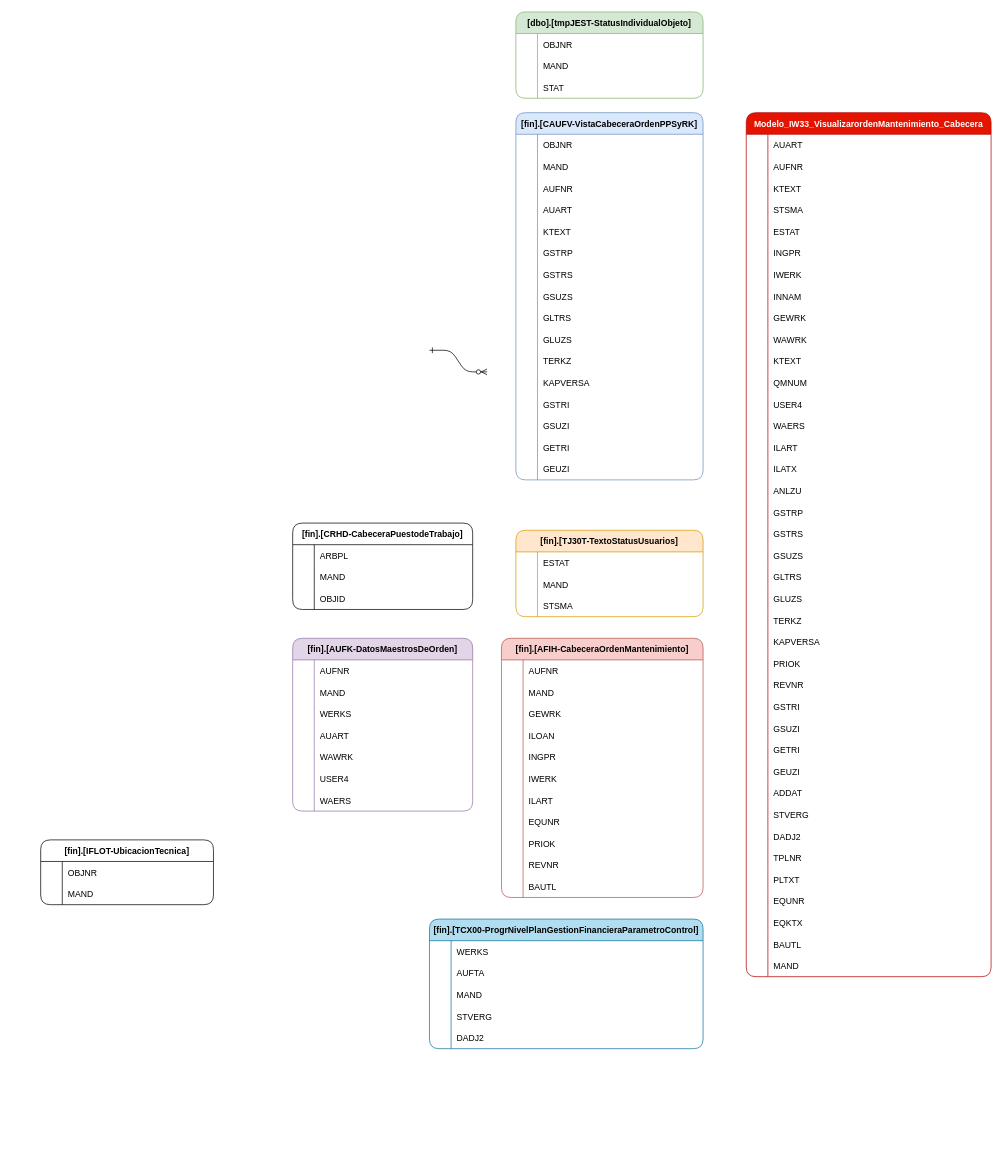
Before: IW33_Cabecera.drawio in ale230131/ale230131, a draw.io diagram. Source tidied: cells renumbered, new cells numbered last; positions are measured from the earlier drawing's top-left corner, leaving out a move shared by most shapes. Both pictures are drawn from the tidied source at 72%, with x=0, y=0 at pixel (40, 12).
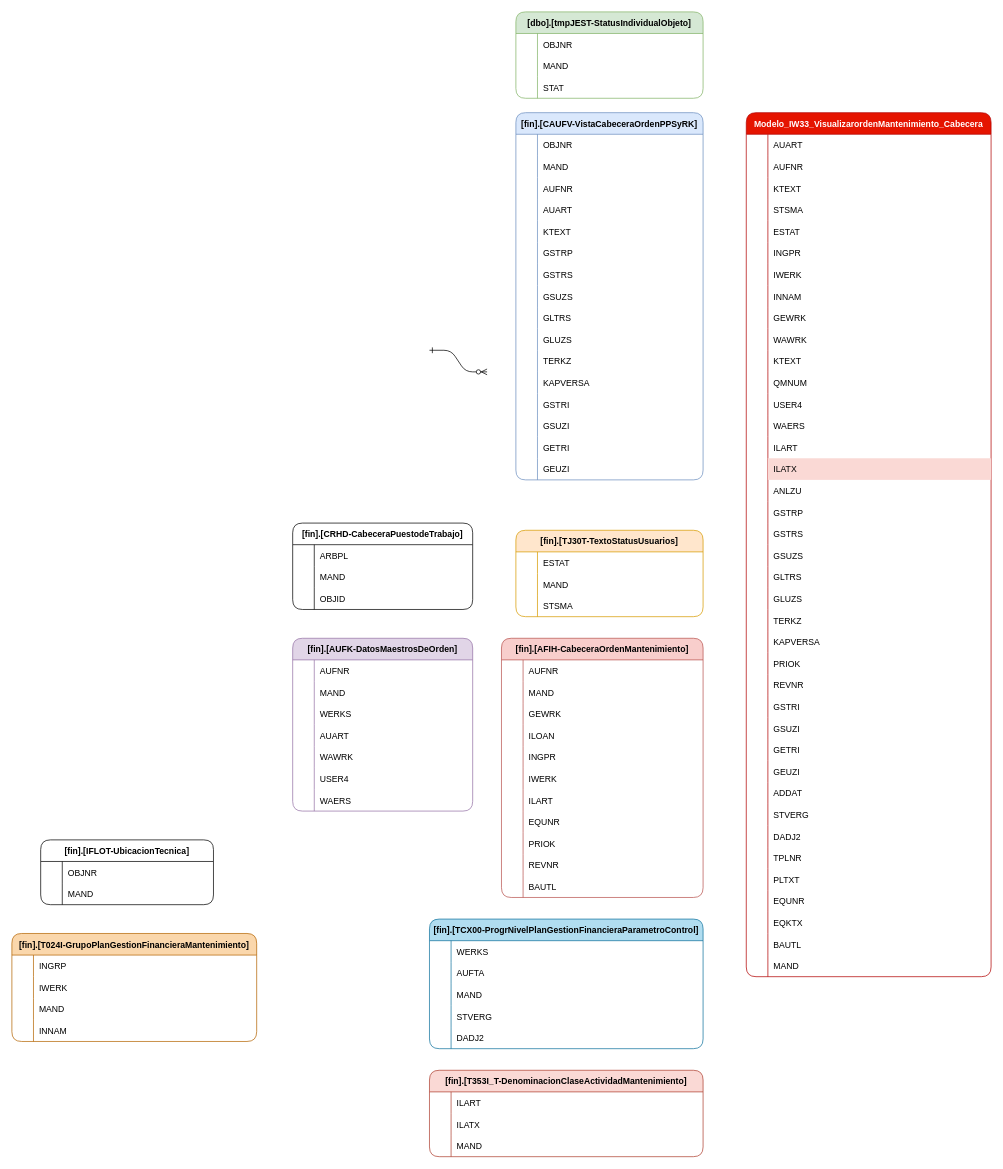
Above is the later version.

Unchanged cells that the change refers to:
```xml
<mxCell id="49" style="shape=tableRow;horizontal=0;startSize=0;swimlaneHead=0;swimlaneBody=0;fillColor=none;strokeColor=inherit;top=0;left=0;right=0;bottom=0;" parent="3" vertex="1">
  <mxGeometry y="480" width="340" height="30" as="geometry" />
</mxCell>
```

Change to the diagram source:
```diff
@@
-    <mxCell id="51" value="ILATX" style="shape=partialRectangle;overflow=hidden;fillColor=none;align=left;strokeColor=inherit;top=0;left=0;bottom=0;right=0;spacingLeft=6;" parent="49" vertex="1">
+    <mxCell id="51" value="ILATX" style="shape=partialRectangle;overflow=hidden;fillColor=#fad9d5;align=left;strokeColor=#ae4132;top=0;left=0;bottom=0;right=0;spacingLeft=6;" parent="49" vertex="1">
       <mxGeometry x="30" width="310" height="30" as="geometry" />
     </mxCell>
@@
+    <mxCell id="279" value="[fin].[T024I-GrupoPlanGestionFinancieraMantenimiento]" style="shape=table;startSize=30;childLayout=tableLayout;rowLines=0;fontStyle=1;align=center;rounded=1;fillColor=#fad7ac;strokeColor=#b46504;" parent="1" vertex="1">
+      <mxGeometry x="-40" y="1280" width="340" height="150" as="geometry" />
+    </mxCell>
+    <mxCell id="280" style="shape=tableRow;horizontal=0;startSize=0;swimlaneHead=0;swimlaneBody=0;fillColor=none;strokeColor=inherit;top=0;left=0;right=0;bottom=0;" parent="279" vertex="1">
+      <mxGeometry y="30" width="340" height="30" as="geometry" />
+    </mxCell>
+    <mxCell id="281" style="shape=partialRectangle;overflow=hidden;fillColor=none;strokeColor=inherit;top=0;left=0;bottom=0;right=0;" parent="280" vertex="1">
+      <mxGeometry width="30" height="30" as="geometry" />
+    </mxCell>
+    <mxCell id="282" value="INGRP" style="shape=partialRectangle;overflow=hidden;fillColor=none;align=left;strokeColor=inherit;top=0;left=0;bottom=0;right=0;spacingLeft=6;" parent="280" vertex="1">
+      <mxGeometry x="30" width="310" height="30" as="geometry" />
+    </mxCell>
+    <mxCell id="283" style="shape=tableRow;horizontal=0;startSize=0;swimlaneHead=0;swimlaneBody=0;fillColor=none;strokeColor=inherit;top=0;left=0;right=0;bottom=0;rounded=1;" parent="279" vertex="1">
+      <mxGeometry y="60" width="340" height="30" as="geometry" />
+    </mxCell>
+    <mxCell id="284" style="shape=partialRectangle;overflow=hidden;fillColor=none;strokeColor=inherit;top=0;left=0;bottom=0;right=0;" parent="283" vertex="1">
+      <mxGeometry width="30" height="30" as="geometry" />
+    </mxCell>
+    <mxCell id="285" value="IWERK" style="shape=partialRectangle;overflow=hidden;fillColor=none;align=left;strokeColor=inherit;top=0;left=0;bottom=0;right=0;spacingLeft=6;" parent="283" vertex="1">
+      <mxGeometry x="30" width="310" height="30" as="geometry" />
+    </mxCell>
+    <mxCell id="286" style="shape=tableRow;horizontal=0;startSize=0;swimlaneHead=0;swimlaneBody=0;fillColor=none;strokeColor=inherit;top=0;left=0;right=0;bottom=0;" parent="279" vertex="1">
+      <mxGeometry y="90" width="340" height="30" as="geometry" />
+    </mxCell>
+    <mxCell id="287" style="shape=partialRectangle;overflow=hidden;fillColor=none;strokeColor=inherit;top=0;left=0;bottom=0;right=0;" parent="286" vertex="1">
+      <mxGeometry width="30" height="30" as="geometry" />
+    </mxCell>
+    <mxCell id="288" value="MAND" style="shape=partialRectangle;overflow=hidden;fillColor=none;align=left;strokeColor=inherit;top=0;left=0;bottom=0;right=0;spacingLeft=6;" parent="286" vertex="1">
+      <mxGeometry x="30" width="310" height="30" as="geometry" />
+    </mxCell>
+    <mxCell id="289" style="shape=tableRow;horizontal=0;startSize=0;swimlaneHead=0;swimlaneBody=0;fillColor=none;strokeColor=inherit;top=0;left=0;right=0;bottom=0;" parent="279" vertex="1">
+      <mxGeometry y="120" width="340" height="30" as="geometry" />
+    </mxCell>
+    <mxCell id="290" style="shape=partialRectangle;overflow=hidden;fillColor=none;strokeColor=inherit;top=0;left=0;bottom=0;right=0;" parent="289" vertex="1">
+      <mxGeometry width="30" height="30" as="geometry" />
+    </mxCell>
+    <mxCell id="291" value="INNAM" style="shape=partialRectangle;overflow=hidden;fillColor=none;align=left;strokeColor=inherit;top=0;left=0;bottom=0;right=0;spacingLeft=6;" parent="289" vertex="1">
+      <mxGeometry x="30" width="310" height="30" as="geometry" />
+    </mxCell>
+    <mxCell id="292" value="[fin].[T353I_T-DenominacionClaseActividadMantenimiento]" style="shape=table;startSize=30;childLayout=tableLayout;rowLines=0;fontStyle=1;align=center;rounded=1;fillColor=#fad9d5;strokeColor=#ae4132;" parent="1" vertex="1">
+      <mxGeometry x="540" y="1470" width="380" height="120" as="geometry" />
+    </mxCell>
+    <mxCell id="293" style="shape=tableRow;horizontal=0;startSize=0;swimlaneHead=0;swimlaneBody=0;fillColor=none;strokeColor=inherit;top=0;left=0;right=0;bottom=0;" parent="292" vertex="1">
+      <mxGeometry y="30" width="380" height="30" as="geometry" />
+    </mxCell>
+    <mxCell id="294" style="shape=partialRectangle;overflow=hidden;fillColor=none;strokeColor=inherit;top=0;left=0;bottom=0;right=0;" parent="293" vertex="1">
+      <mxGeometry width="30" height="30" as="geometry" />
+    </mxCell>
+    <mxCell id="295" value="ILART" style="shape=partialRectangle;overflow=hidden;fillColor=none;align=left;strokeColor=inherit;top=0;left=0;bottom=0;right=0;spacingLeft=6;" parent="293" vertex="1">
+      <mxGeometry x="30" width="350" height="30" as="geometry" />
+    </mxCell>
+    <mxCell id="296" style="shape=tableRow;horizontal=0;startSize=0;swimlaneHead=0;swimlaneBody=0;fillColor=none;strokeColor=inherit;top=0;left=0;right=0;bottom=0;" parent="292" vertex="1">
+      <mxGeometry y="60" width="380" height="30" as="geometry" />
+    </mxCell>
+    <mxCell id="297" style="shape=partialRectangle;overflow=hidden;fillColor=none;strokeColor=inherit;top=0;left=0;bottom=0;right=0;" parent="296" vertex="1">
+      <mxGeometry width="30" height="30" as="geometry" />
+    </mxCell>
+    <mxCell id="298" value="ILATX" style="shape=partialRectangle;overflow=hidden;fillColor=none;align=left;strokeColor=inherit;top=0;left=0;bottom=0;right=0;spacingLeft=6;" parent="296" vertex="1">
+      <mxGeometry x="30" width="350" height="30" as="geometry" />
+    </mxCell>
+    <mxCell id="299" style="shape=tableRow;horizontal=0;startSize=0;swimlaneHead=0;swimlaneBody=0;fillColor=none;strokeColor=inherit;top=0;left=0;right=0;bottom=0;" parent="292" vertex="1">
+      <mxGeometry y="90" width="380" height="30" as="geometry" />
+    </mxCell>
+    <mxCell id="300" style="shape=partialRectangle;overflow=hidden;fillColor=none;strokeColor=inherit;top=0;left=0;bottom=0;right=0;" parent="299" vertex="1">
+      <mxGeometry width="30" height="30" as="geometry" />
+    </mxCell>
+    <mxCell id="301" value="MAND" style="shape=partialRectangle;overflow=hidden;fillColor=none;align=left;strokeColor=inherit;top=0;left=0;bottom=0;right=0;spacingLeft=6;" parent="299" vertex="1">
+      <mxGeometry x="30" width="350" height="30" as="geometry" />
+    </mxCell>
```
